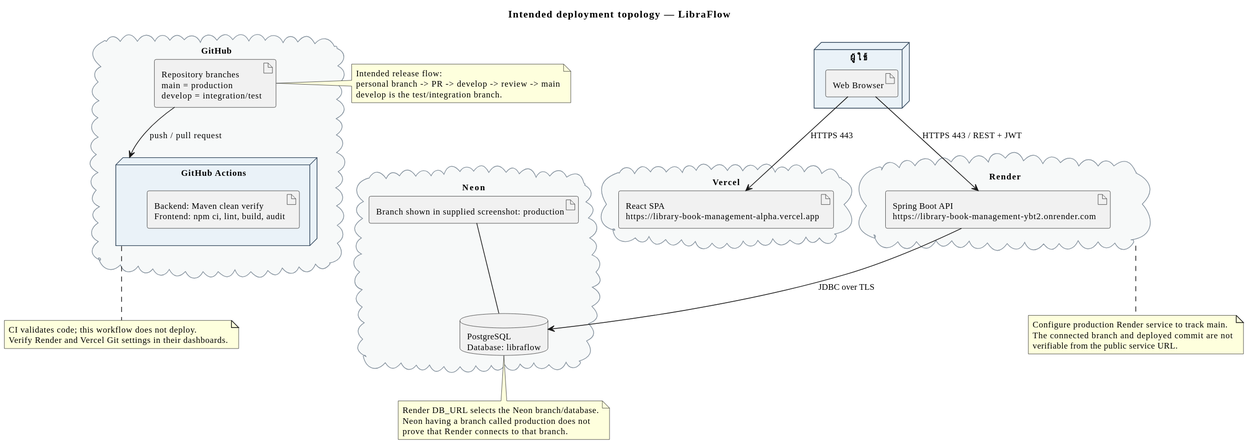
This is doc/diagrams/images/13-deployment-diagram.svg from boatrocl/library_book_management, a PlantUML export, as it was before one commit.
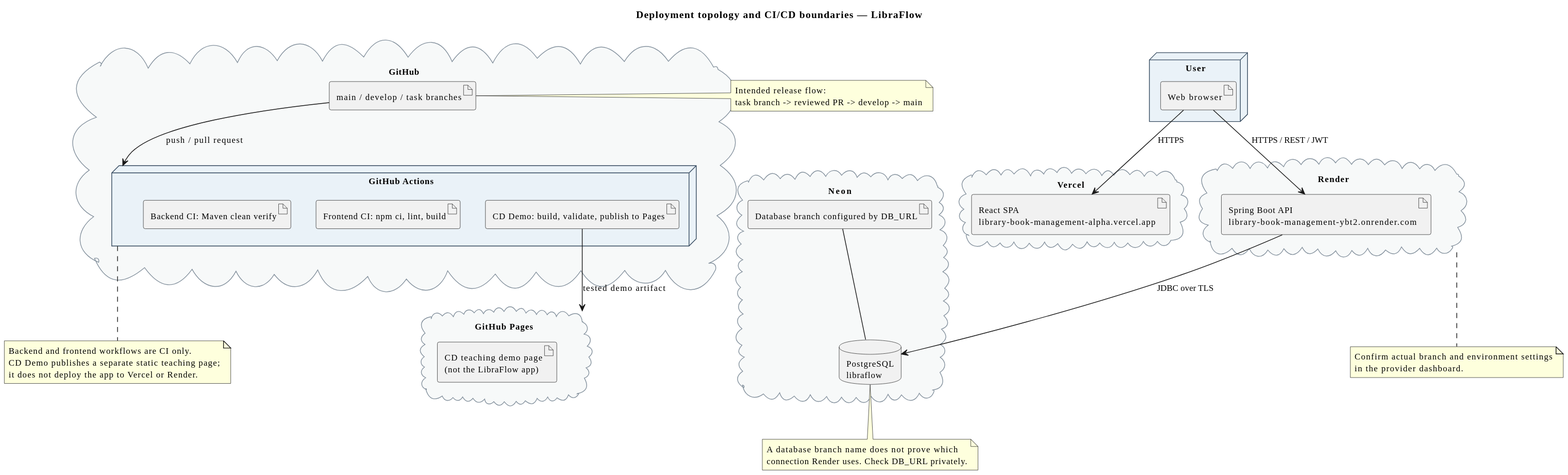
Above is the later version.

What changed in the source:
```diff
@@ -1,5 +1,5 @@
 @startuml
-title Intended deployment topology — LibraFlow
+title Deployment topology and CI/CD boundaries — LibraFlow
 
 skinparam defaultFontName "Tahoma"
 skinparam defaultFontSize 12
@@ -13,56 +13,61 @@
   BorderColor #85929E
 }
 
-node "ผู้ใช้" as CLIENT {
-  artifact "Web Browser" as BROWSER
+node "User" as CLIENT {
+  artifact "Web browser" as BROWSER
 }
 
 cloud "Vercel" as VERCEL {
-  artifact "React SPA\nhttps://library-book-management-alpha.vercel.app" as FRONTEND
+  artifact "React SPA\nlibrary-book-management-alpha.vercel.app" as FRONTEND
 }
 
 cloud "Render" as RENDER {
-  artifact "Spring Boot API\nhttps://library-book-management-ybt2.onrender.com" as BACKEND
+  artifact "Spring Boot API\nlibrary-book-management-ybt2.onrender.com" as BACKEND
 }
 
 cloud "Neon" as NEON {
-  database "PostgreSQL\nDatabase: libraflow" as DB
-  artifact "Branch shown in supplied screenshot: production" as NEON_BRANCH
+  database "PostgreSQL\nlibraflow" as DB
+  artifact "Database branch configured by DB_URL" as NEON_BRANCH
 }
 
 cloud "GitHub" as GITHUB {
-  artifact "Repository branches\nmain = production\ndevelop = integration/test" as REPO
+  artifact "main / develop / task branches" as REPO
   node "GitHub Actions" as CI {
-    artifact "Backend: Maven clean verify\nFrontend: npm ci, lint, build, audit" as CHECKS
+    artifact "Backend CI: Maven clean verify" as BACKEND_CI
+    artifact "Frontend CI: npm ci, lint, build" as FRONTEND_CI
+    artifact "CD Demo: build, validate, publish to Pages" as DEMO_CI_CD
   }
 }
 
-BROWSER --> FRONTEND : HTTPS 443
-BROWSER --> BACKEND : HTTPS 443 / REST + JWT
+cloud "GitHub Pages" as PAGES {
+  artifact "CD teaching demo page\n(not the LibraFlow app)" as DEMO_PAGE
+}
+
+BROWSER --> FRONTEND : HTTPS
+BROWSER --> BACKEND : HTTPS / REST / JWT
 BACKEND --> DB : JDBC over TLS
 NEON_BRANCH -- DB
 REPO --> CI : push / pull request
+DEMO_CI_CD --> PAGES : tested demo artifact
 
 note right of REPO
   Intended release flow:
-  personal branch -> PR -> develop -> review -> main
-  develop is the test/integration branch.
+  task branch -> reviewed PR -> develop -> main
+end note
+
+note bottom of CI
+  Backend and frontend workflows are CI only.
+  CD Demo publishes a separate static teaching page;
+  it does not deploy the app to Vercel or Render.
 end note
 
 note bottom of RENDER
-  Configure production Render service to track main.
-  The connected branch and deployed commit are not
-  verifiable from the public service URL.
+  Confirm actual branch and environment settings
+  in the provider dashboard.
 end note
 
 note bottom of DB
-  Render DB_URL selects the Neon branch/database.
-  Neon having a branch called production does not
-  prove that Render connects to that branch.
-end note
-
-note bottom of CI
-  CI validates code; this workflow does not deploy.
-  Verify Render and Vercel Git settings in their dashboards.
+  A database branch name does not prove which
+  connection Render uses. Check DB_URL privately.
 end note
 @enduml
```
